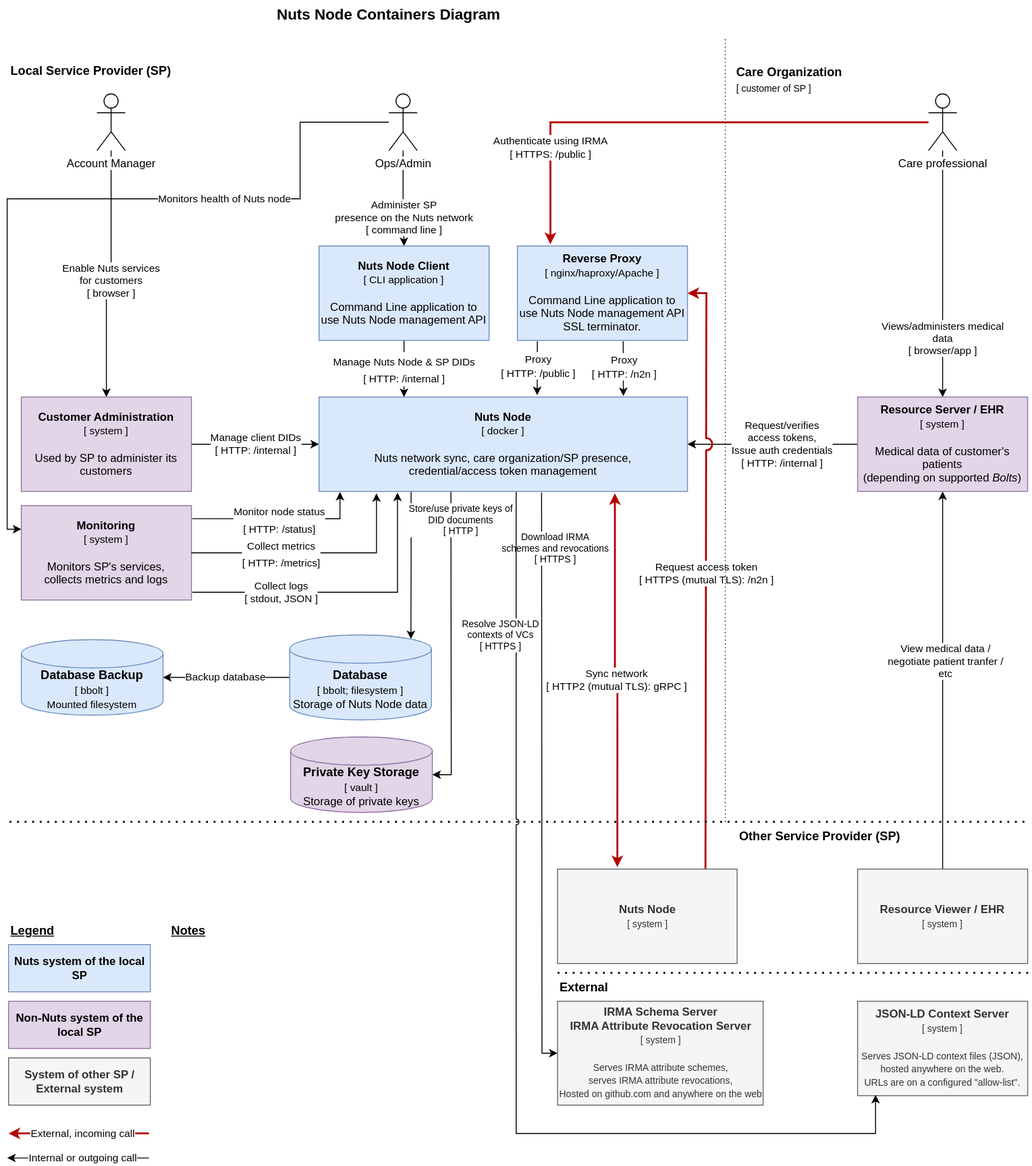
The draw.io diagram docs/diagrams/deployment/container-diagram.svg in nuts-foundation/nuts-node, before a commit. Source tidied: cells renumbered, new cells last; positions are measured from the earlier drawing's top-left corner, leaving out a move shared by most shapes.
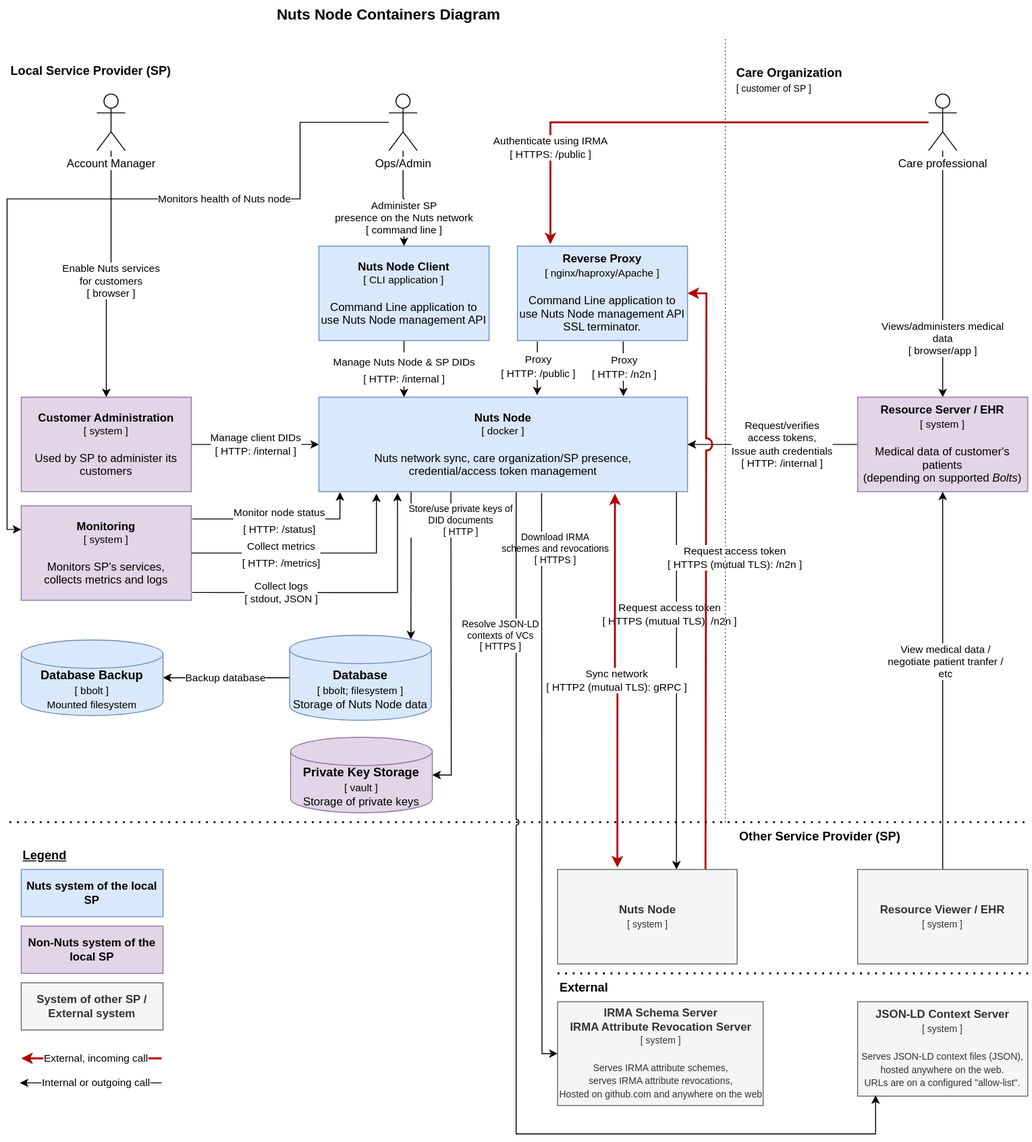
The same diagram one commit later.

The edit, as a diff of the source:
```diff
@@ -47,6 +47,14 @@
     <mxCell id="12" value="Store/use private keys of &lt;br&gt;DID documents&lt;br&gt;[ HTTP ]" style="edgeStyle=orthogonalEdgeStyle;rounded=0;jumpStyle=arc;jettySize=auto;html=1;fontSize=10;startArrow=none;startFill=0;strokeWidth=1;exitX=0.358;exitY=1;exitDx=0;exitDy=0;exitPerimeter=0;entryX=1;entryY=0.5;entryDx=0;entryDy=0;entryPerimeter=0;" parent="1" edge="1" source="13" target="57">
       <mxGeometry x="-0.81" y="10" relative="1" as="geometry" />
     </mxCell>
+    <mxCell id="61" style="edgeStyle=orthogonalEdgeStyle;rounded=0;jumpStyle=arc;jettySize=auto;html=1;fontSize=11;startArrow=none;startFill=0;strokeWidth=1;exitX=0.97;exitY=0.987;exitDx=0;exitDy=0;exitPerimeter=0;entryX=0.662;entryY=0;entryDx=0;entryDy=0;entryPerimeter=0;" parent="1" edge="1" source="13" target="22">
+      <mxGeometry relative="1" as="geometry" />
+    </mxCell>
+    <mxCell id="62" value="Request access token&lt;br&gt;[ HTTPS (mutual TLS): /n2n ]" style="edgeLabel;html=1;align=center;verticalAlign=middle;fontSize=11;" parent="61" vertex="1">
+      <mxGeometry x="-0.17" y="3" relative="1" as="geometry">
+        <mxPoint x="-11" y="-35" as="offset" />
+      </mxGeometry>
+    </mxCell>
     <mxCell id="13" value="&lt;b&gt;Nuts Node&lt;br&gt;&lt;/b&gt;&lt;font style=&quot;font-size: 11px;&quot;&gt;&lt;font style=&quot;font-size: 11px;&quot;&gt;[ docker ]&lt;/font&gt;&lt;br&gt;&lt;/font&gt;&lt;br&gt;Nuts network sync, care organization/SP presence,&lt;br&gt;credential/access token management" style="rounded=0;whiteSpace=wrap;html=1;fillColor=#dae8fc;strokeColor=#6c8ebf;" parent="1" vertex="1">
       <mxGeometry x="330" y="420" width="390" height="100" as="geometry" />
     </mxCell>
@@ -76,7 +84,7 @@
       <mxGeometry x="95" y="99" width="30" height="60" as="geometry" />
     </mxCell>
     <mxCell id="21" value="Request access token&lt;br&gt;[ HTTPS (mutual TLS): /n2n ]" style="edgeStyle=orthogonalEdgeStyle;rounded=0;jettySize=auto;html=1;fontSize=11;strokeWidth=2;entryX=1;entryY=0.5;entryDx=0;entryDy=0;jumpStyle=arc;jumpSize=11;exitX=0.834;exitY=0.013;exitDx=0;exitDy=0;exitPerimeter=0;fillColor=#e51400;strokeColor=#B20000;" parent="1" edge="1" source="22" target="38">
-      <mxGeometry relative="1" as="geometry">
+      <mxGeometry x="0.05" y="-30" relative="1" as="geometry">
         <Array as="points">
           <mxPoint x="739" y="800" />
           <mxPoint x="740" y="800" />
@@ -88,20 +96,17 @@
       <mxGeometry x="582.5" y="920" width="190" height="100" as="geometry" />
     </mxCell>
     <mxCell id="23" value="&lt;b&gt;System of other SP / External system&lt;/b&gt;" style="rounded=0;whiteSpace=wrap;html=1;fillColor=#f5f5f5;strokeColor=#666666;fontColor=#333333;" parent="1" vertex="1">
-      <mxGeometry x="1.5" y="1120" width="150" height="50" as="geometry" />
+      <mxGeometry x="15" y="1040" width="150" height="50" as="geometry" />
     </mxCell>
     <mxCell id="24" value="Legend" style="text;html=1;strokeColor=none;fillColor=none;align=left;verticalAlign=middle;whiteSpace=wrap;rounded=0;dashed=1;fontSize=13;fontStyle=5;" parent="1" vertex="1">
-      <mxGeometry x="1.5" y="970" width="140" height="30" as="geometry" />
+      <mxGeometry x="15" y="890" width="140" height="30" as="geometry" />
     </mxCell>
     <mxCell id="25" value="&lt;b&gt;Non-Nuts system of the local SP&lt;/b&gt;" style="rounded=0;whiteSpace=wrap;html=1;fillColor=#e1d5e7;strokeColor=#9673a6;" parent="1" vertex="1">
-      <mxGeometry x="1.5" y="1060" width="150" height="50" as="geometry" />
+      <mxGeometry x="15" y="980" width="150" height="50" as="geometry" />
     </mxCell>
     <mxCell id="26" value="&lt;b&gt;Nuts system of the local SP&lt;/b&gt;" style="rounded=0;whiteSpace=wrap;html=1;fillColor=#dae8fc;strokeColor=#6c8ebf;" parent="1" vertex="1">
-      <mxGeometry x="1.5" y="1000" width="150" height="50" as="geometry" />
+      <mxGeometry x="15" y="920" width="150" height="50" as="geometry" />
     </mxCell>
-    <mxCell id="27" value="Notes" style="text;html=1;strokeColor=none;fillColor=none;align=left;verticalAlign=middle;whiteSpace=wrap;rounded=0;dashed=1;fontSize=13;fontStyle=5;" parent="1" vertex="1">
-      <mxGeometry x="171.5" y="970" width="140" height="30" as="geometry" />
-    </mxCell>
     <mxCell id="28" style="edgeStyle=orthogonalEdgeStyle;rounded=0;jettySize=auto;html=1;fontSize=11;strokeWidth=1;entryX=1;entryY=0.5;entryDx=0;entryDy=0;entryPerimeter=0;" parent="1" edge="1" source="30" target="40">
       <mxGeometry relative="1" as="geometry" />
     </mxCell>
@@ -212,14 +217,14 @@
     </mxCell>
     <mxCell id="58" value="External, incoming call" style="edgeStyle=orthogonalEdgeStyle;rounded=0;orthogonalLoop=1;jettySize=auto;html=1;fillColor=#e51400;strokeColor=#B20000;strokeWidth=2;" parent="1" edge="1">
       <mxGeometry x="-0.06" relative="1" as="geometry">
-        <mxPoint x="150" y="1200" as="sourcePoint" />
-        <mxPoint x="1.5" y="1200" as="targetPoint" />
+        <mxPoint x="163.5" y="1120" as="sourcePoint" />
+        <mxPoint x="15" y="1120" as="targetPoint" />
       </mxGeometry>
     </mxCell>
     <mxCell id="59" value="&lt;font style=&quot;font-size: 11px;&quot;&gt;Internal or outgoing call&lt;/font&gt;" style="edgeStyle=orthogonalEdgeStyle;rounded=0;jumpStyle=arc;orthogonalLoop=1;jettySize=auto;html=1;fontSize=10;strokeWidth=1;" parent="1" edge="1">
       <mxGeometry x="-0.07" relative="1" as="geometry">
-        <mxPoint x="150" y="1226" as="sourcePoint" />
-        <mxPoint y="1226" as="targetPoint" />
+        <mxPoint x="163.5" y="1146" as="sourcePoint" />
+        <mxPoint x="13.5" y="1146" as="targetPoint" />
       </mxGeometry>
     </mxCell>
     <mxCell id="60" value="Other Service Provider (SP)" style="text;html=1;strokeColor=none;fillColor=none;align=left;verticalAlign=middle;whiteSpace=wrap;rounded=0;dashed=1;fontSize=13;fontStyle=1;" parent="1" vertex="1">
```
